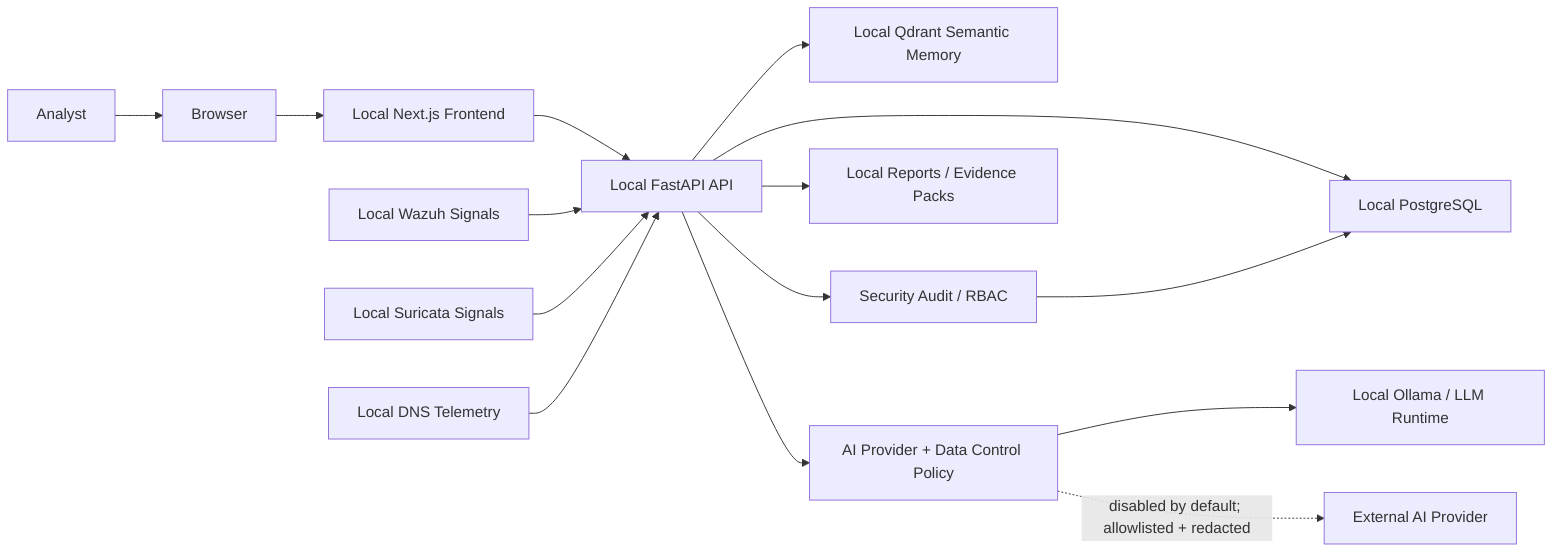
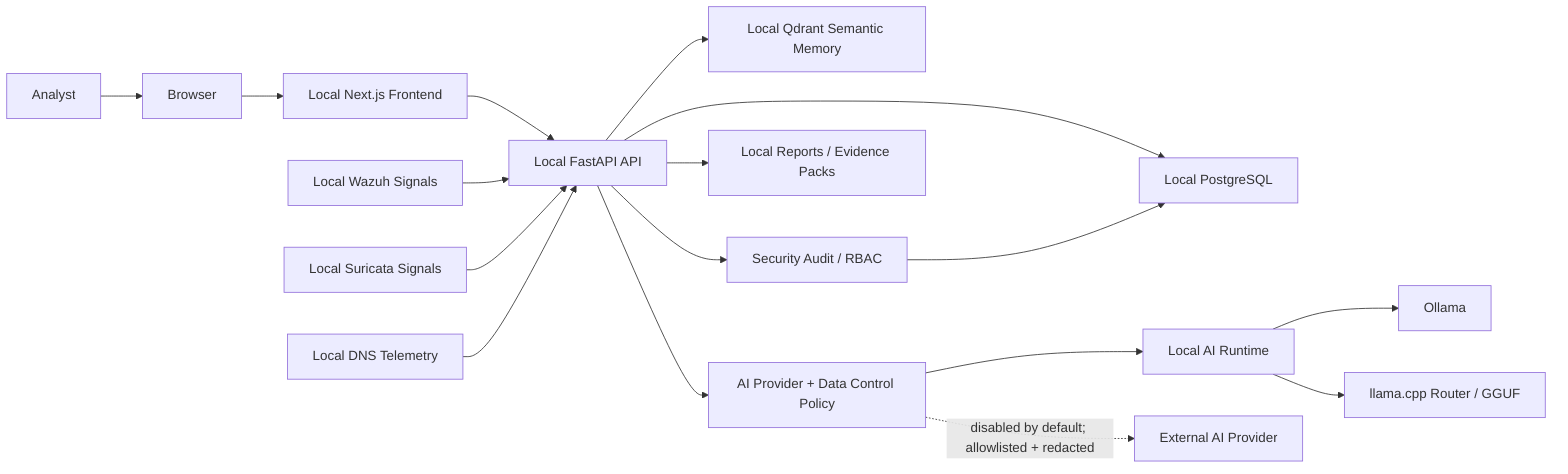
flowchart LR
  browser["Browser"] --> frontend["Local Next.js Frontend"]
  frontend --> api["Local FastAPI API"]
  api --> postgres["Local PostgreSQL"]
  api --> qdrant["Local Qdrant Semantic Memory"]
  api --> policy["AI Provider + Data Control Policy"]
-   policy --> ollama["Local Ollama / LLM Runtime"]
+   policy --> local_ai["Local AI Runtime"]
+   local_ai --> ollama["Ollama"]
+   local_ai --> llama_cpp["llama.cpp Router / GGUF"]
  api --> reports["Local Reports / Evidence Packs"]

  wazuh["Local Wazuh Signals"] --> api
  suricata["Local Suricata Signals"] --> api
  dns["Local DNS Telemetry"] --> api

  external["External AI Provider"]
  policy -. "disabled by default; allowlisted + redacted" .-> external

  analyst["Analyst"] --> browser
  api --> audit["Security Audit / RBAC"]
  audit --> postgres
